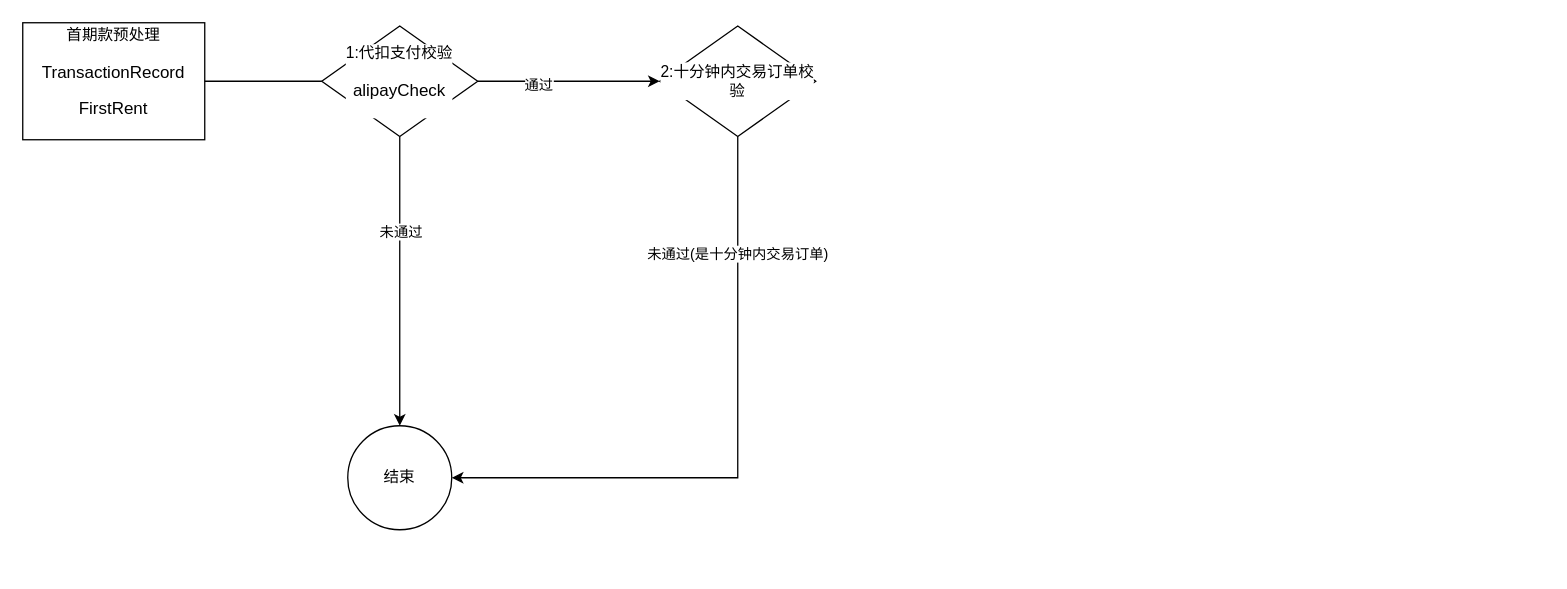
This is 未命名绘图.drawio from koralcc/resource, a draw.io file, before an edit. Source tidied: cells renumbered, new cells numbered last; positions are measured from the earlier drawing's top-left corner, leaving out a move shared by most shapes. Both pictures are drawn from the tidied source at 130%, with x=0, y=0 at pixel (22, 22).
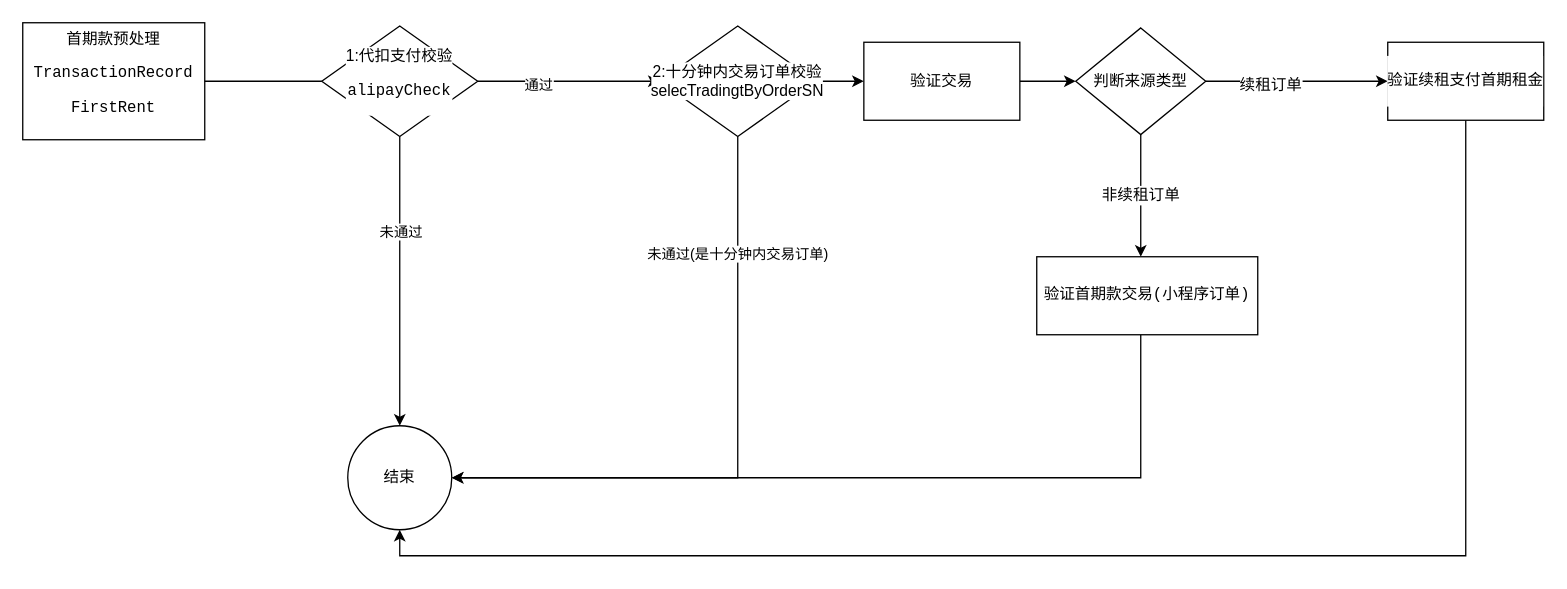
After the change.

Commit message:
1-首期款预处理.drawio

The change refers to these unchanged cells:
```xml
<mxCell id="9" value="结束" style="ellipse;whiteSpace=wrap;html=1;labelBackgroundColor=#FFFFFF;fontColor=#000000;" parent="1" vertex="1">
  <mxGeometry x="250" y="310" width="80" height="80" as="geometry" />
</mxCell>
```

What changed in the source:
```diff
@@
-    <mxCell id="2" value="首期款预处理&lt;br&gt;&lt;pre style=&quot;font-family: &amp;quot;JetBrains Mono&amp;quot;; font-size: 9.8pt;&quot;&gt;&lt;span style=&quot;background-color: rgb(255, 255, 255);&quot;&gt;TransactionRecord&lt;/span&gt;&lt;/pre&gt;&lt;pre style=&quot;font-family: &amp;quot;JetBrains Mono&amp;quot;; font-size: 9.8pt;&quot;&gt;&lt;span style=&quot;background-color: rgb(255, 255, 255);&quot;&gt;FirstRent&lt;/span&gt;&lt;/pre&gt;" style="rounded=0;whiteSpace=wrap;html=1;" parent="1" vertex="1">
+    <mxCell id="2" value="&lt;font style=&quot;font-size: 12px;&quot;&gt;首期款预处理&lt;br&gt;&lt;/font&gt;&lt;pre style=&quot;&quot;&gt;&lt;font style=&quot;font-size: 12px;&quot;&gt;TransactionRecord&lt;/font&gt;&lt;/pre&gt;&lt;pre style=&quot;&quot;&gt;&lt;font style=&quot;font-size: 12px;&quot;&gt;FirstRent&lt;/font&gt;&lt;/pre&gt;" style="rounded=0;whiteSpace=wrap;html=1;" parent="1" vertex="1">
       <mxGeometry width="140" height="90" as="geometry" />
     </mxCell>
@@
-    <mxCell id="7" value="1:代扣支付校验&lt;br&gt;&lt;pre style=&quot;font-family: &amp;quot;JetBrains Mono&amp;quot;; font-size: 9.8pt;&quot;&gt;&lt;span style=&quot;background-color: rgb(255, 255, 255);&quot;&gt;alipayCheck&lt;/span&gt;&lt;/pre&gt;" style="rhombus;whiteSpace=wrap;html=1;labelBackgroundColor=#FFFFFF;fontColor=#000000;" parent="1" vertex="1">
+    <mxCell id="7" value="1:代扣支付校验&lt;br&gt;&lt;pre style=&quot;&quot;&gt;alipayCheck&lt;/pre&gt;" style="rhombus;whiteSpace=wrap;html=1;labelBackgroundColor=#FFFFFF;fontColor=#000000;" parent="1" vertex="1">
       <mxGeometry x="230" y="2.5" width="120" height="85" as="geometry" />
     </mxCell>
@@
+    <mxCell id="13" style="edgeStyle=orthogonalEdgeStyle;rounded=0;jettySize=auto;html=1;fontColor=#000000;" parent="1" edge="1" source="12" target="15">
+      <mxGeometry relative="1" as="geometry" />
+    </mxCell>
-    <mxCell id="12" value="2:十分钟内交易订单校验" style="rhombus;whiteSpace=wrap;html=1;labelBackgroundColor=#FFFFFF;fontColor=#000000;" parent="1" vertex="1">
+    <mxCell id="12" value="2:十分钟内交易订单校验selecTradingtByOrderSN" style="rhombus;whiteSpace=wrap;html=1;labelBackgroundColor=#FFFFFF;fontColor=#000000;" parent="1" vertex="1">
       <mxGeometry x="490" y="2.5" width="120" height="85" as="geometry" />
     </mxCell>
+    <mxCell id="14" style="edgeStyle=orthogonalEdgeStyle;rounded=0;jettySize=auto;html=1;entryX=0;entryY=0.5;entryDx=0;entryDy=0;fontSize=12;fontColor=#000000;" parent="1" edge="1" source="15" target="19">
+      <mxGeometry relative="1" as="geometry" />
+    </mxCell>
+    <mxCell id="15" value="验证交易" style="rounded=0;whiteSpace=wrap;html=1;labelBackgroundColor=#FFFFFF;fontColor=#000000;" parent="1" vertex="1">
+      <mxGeometry x="647" y="15" width="120" height="60" as="geometry" />
+    </mxCell>
+    <mxCell id="16" style="edgeStyle=orthogonalEdgeStyle;rounded=0;jettySize=auto;html=1;fontSize=12;fontColor=#000000;" parent="1" edge="1" source="19" target="21">
+      <mxGeometry relative="1" as="geometry" />
+    </mxCell>
+    <mxCell id="17" value="续租订单" style="edgeLabel;html=1;align=center;verticalAlign=middle;fontSize=12;fontColor=#000000;" parent="16" vertex="1">
+      <mxGeometry x="-0.3" y="-2" relative="1" as="geometry" />
+    </mxCell>
+    <mxCell id="18" value="非续租订单" style="edgeStyle=orthogonalEdgeStyle;rounded=0;jettySize=auto;html=1;fontSize=12;fontColor=#000000;" parent="1" edge="1" source="19">
+      <mxGeometry relative="1" as="geometry">
+        <mxPoint x="860" y="180" as="targetPoint" />
+      </mxGeometry>
+    </mxCell>
+    <mxCell id="19" value="判断来源类型" style="rhombus;whiteSpace=wrap;html=1;labelBackgroundColor=#FFFFFF;fontSize=12;fontColor=#000000;" parent="1" vertex="1">
+      <mxGeometry x="810" y="4" width="100" height="82" as="geometry" />
+    </mxCell>
+    <mxCell id="20" style="edgeStyle=orthogonalEdgeStyle;rounded=0;jettySize=auto;html=1;entryX=0.5;entryY=1;entryDx=0;entryDy=0;fontSize=12;fontColor=#000000;" parent="1" edge="1" source="21" target="9">
+      <mxGeometry relative="1" as="geometry">
+        <Array as="points">
+          <mxPoint x="1110" y="410" />
+          <mxPoint x="290" y="410" />
+        </Array>
+      </mxGeometry>
+    </mxCell>
+    <mxCell id="21" value="&lt;pre style=&quot;&quot;&gt;验证续租支付首期租金&lt;/pre&gt;" style="rounded=0;whiteSpace=wrap;html=1;labelBackgroundColor=#FFFFFF;fontSize=12;fontColor=#000000;" parent="1" vertex="1">
+      <mxGeometry x="1050" y="15" width="120" height="60" as="geometry" />
+    </mxCell>
+    <mxCell id="22" style="edgeStyle=orthogonalEdgeStyle;rounded=0;jettySize=auto;html=1;fontSize=12;fontColor=#000000;" parent="1" edge="1" source="23">
+      <mxGeometry relative="1" as="geometry">
+        <mxPoint x="330" y="350" as="targetPoint" />
+        <Array as="points">
+          <mxPoint x="860" y="350" />
+        </Array>
+      </mxGeometry>
+    </mxCell>
+    <mxCell id="23" value="&lt;pre style=&quot;&quot;&gt;&lt;pre style=&quot;&quot;&gt;验证首期款交易(小程序订单)&lt;/pre&gt;&lt;/pre&gt;" style="rounded=0;whiteSpace=wrap;html=1;labelBackgroundColor=#FFFFFF;fontSize=12;fontColor=#000000;" parent="1" vertex="1">
+      <mxGeometry x="780" y="180" width="170" height="60" as="geometry" />
+    </mxCell>
```
